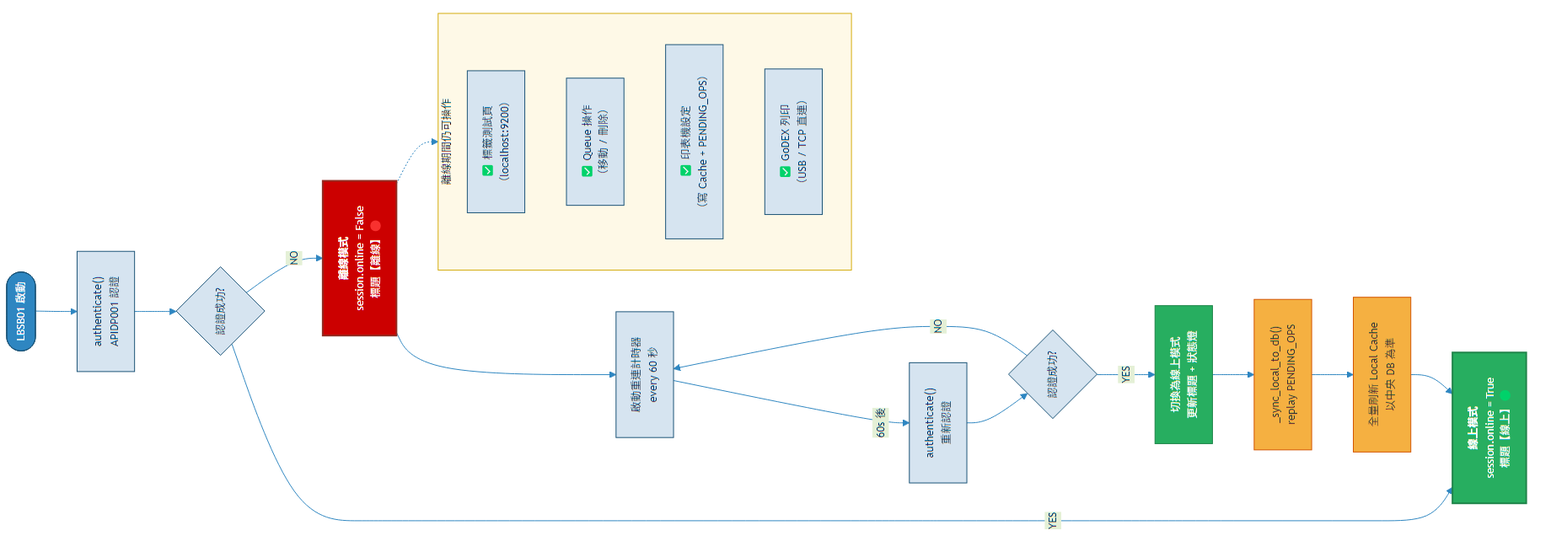
Before: docs/images/offline-reconnect.png, a diagram exported from Mermaid (sti-fhb/LB_TBMS). Its source is kept beside it as docs/images/offline-reconnect.mmd. The source it was exported from:
```mermaid
%%{init: {'theme': 'base', 'themeVariables': {'primaryColor': '#D6E4F0', 'primaryTextColor': '#003366', 'primaryBorderColor': '#1A5276', 'lineColor': '#2E86C1', 'fontSize': '13px'}}}%%
flowchart TB
    START(["LBSB01 啟動"]) --> AUTH["authenticate()<br/>APIDP001 認證"]
    AUTH --> CHECK{認證成功?}

    CHECK -->|YES| ONLINE["<b>線上模式</b><br/>session.online = True<br/>標題【線上】🟢"]
    CHECK -->|NO| OFFLINE["<b>離線模式</b><br/>session.online = False<br/>標題【離線】🔴"]

    OFFLINE --> TIMER["啟動重連計時器<br/>every 60 秒"]
    TIMER -->|"60s 後"| RETRY["authenticate()<br/>重新認證"]
    RETRY --> RECHECK{認證成功?}

    RECHECK -->|NO| TIMER
    RECHECK -->|YES| SWITCH["切換為線上模式<br/>更新標題 + 狀態燈"]
    SWITCH --> SYNC["_sync_local_to_db()<br/>replay PENDING_OPS"]
    SYNC --> REFRESH["全量刷新 Local Cache<br/>以中央 DB 為準"]
    REFRESH --> ONLINE

    subgraph OFFLINE_OPS["離線期間仍可操作"]
        OP1["✅ 標籤測試頁<br/>（localhost:9200）"]
        OP2["✅ Queue 操作<br/>（移動 / 刪除）"]
        OP3["✅ 印表機設定<br/>（寫 Cache + PENDING_OPS）"]
        OP4["✅ GoDEX 列印<br/>（USB / TCP 直連）"]
    end

    OFFLINE -.-> OFFLINE_OPS

    style START fill:#2E86C1,stroke:#1A5276,color:#FFF
    style ONLINE fill:#27AE60,stroke:#1E8449,color:#FFF,stroke-width:2px
    style OFFLINE fill:#CC0000,stroke:#922B21,color:#FFF,stroke-width:2px
    style SWITCH fill:#27AE60,stroke:#1E8449,color:#FFF
    style SYNC fill:#F5B041,stroke:#D35400,color:#333
    style REFRESH fill:#F5B041,stroke:#D35400,color:#333
    style OFFLINE_OPS fill:#FEF9E7,stroke:#D4AC0D,stroke-width:1px
```
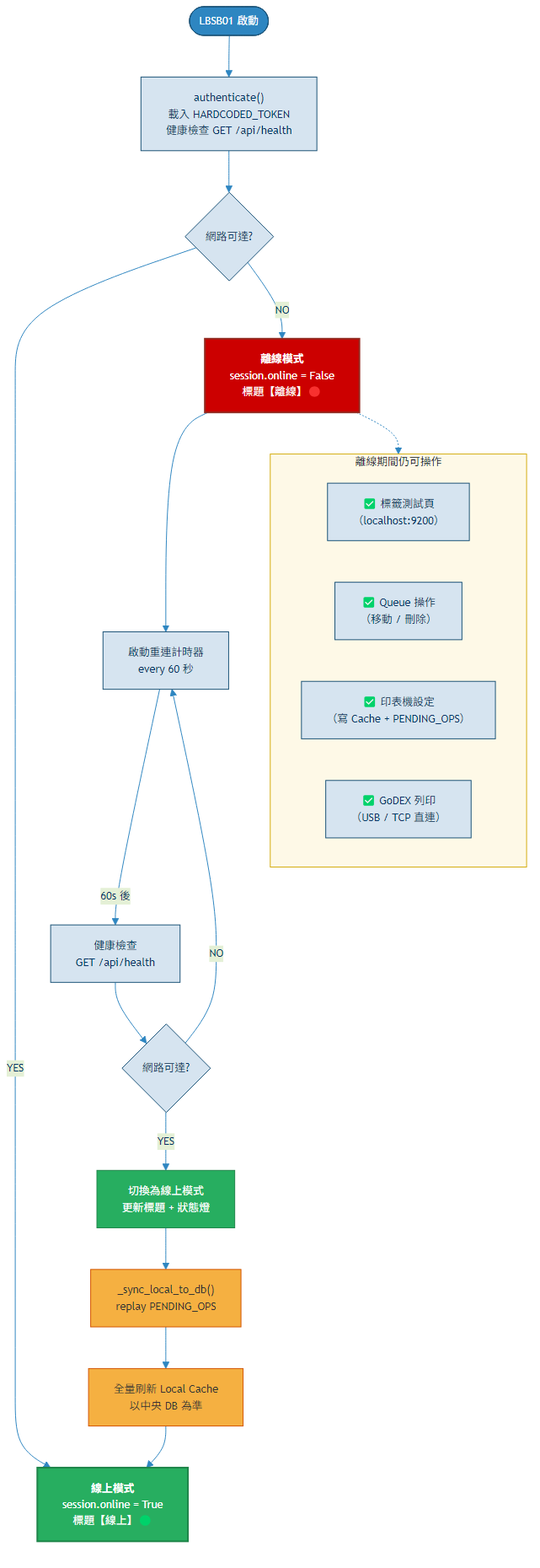
The same diagram one commit later.

Commit message:
新增 docs/issue 目錄 + ISLB001 TOKEN 與中央 URL 硬寫變更

What changed in the source:
```diff
@@ -1,14 +1,14 @@
 %%{init: {'theme': 'base', 'themeVariables': {'primaryColor': '#D6E4F0', 'primaryTextColor': '#003366', 'primaryBorderColor': '#1A5276', 'lineColor': '#2E86C1', 'fontSize': '13px'}}}%%
 flowchart TB
-    START(["LBSB01 啟動"]) --> AUTH["authenticate()<br/>APIDP001 認證"]
-    AUTH --> CHECK{認證成功?}
+    START(["LBSB01 啟動"]) --> AUTH["authenticate()<br/>載入 HARDCODED_TOKEN<br/>健康檢查 GET /api/health"]
+    AUTH --> CHECK{網路可達?}
 
     CHECK -->|YES| ONLINE["<b>線上模式</b><br/>session.online = True<br/>標題【線上】🟢"]
     CHECK -->|NO| OFFLINE["<b>離線模式</b><br/>session.online = False<br/>標題【離線】🔴"]
 
     OFFLINE --> TIMER["啟動重連計時器<br/>every 60 秒"]
-    TIMER -->|"60s 後"| RETRY["authenticate()<br/>重新認證"]
-    RETRY --> RECHECK{認證成功?}
+    TIMER -->|"60s 後"| RETRY["健康檢查<br/>GET /api/health"]
+    RETRY --> RECHECK{網路可達?}
 
     RECHECK -->|NO| TIMER
     RECHECK -->|YES| SWITCH["切換為線上模式<br/>更新標題 + 狀態燈"]
```
